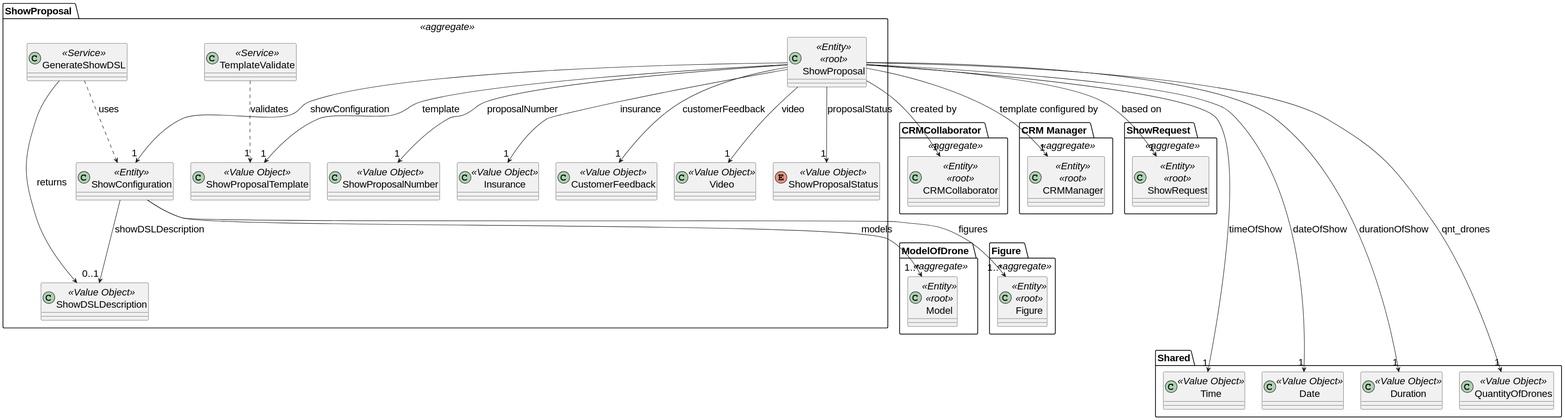
Before: docs/global_artifacts/analysis/images/domain_model_show_proposal.svg, a diagram exported from PlantUML (diogoveirospro/sem4pi-2024-2025-sem4pi_2024_2025_g44).
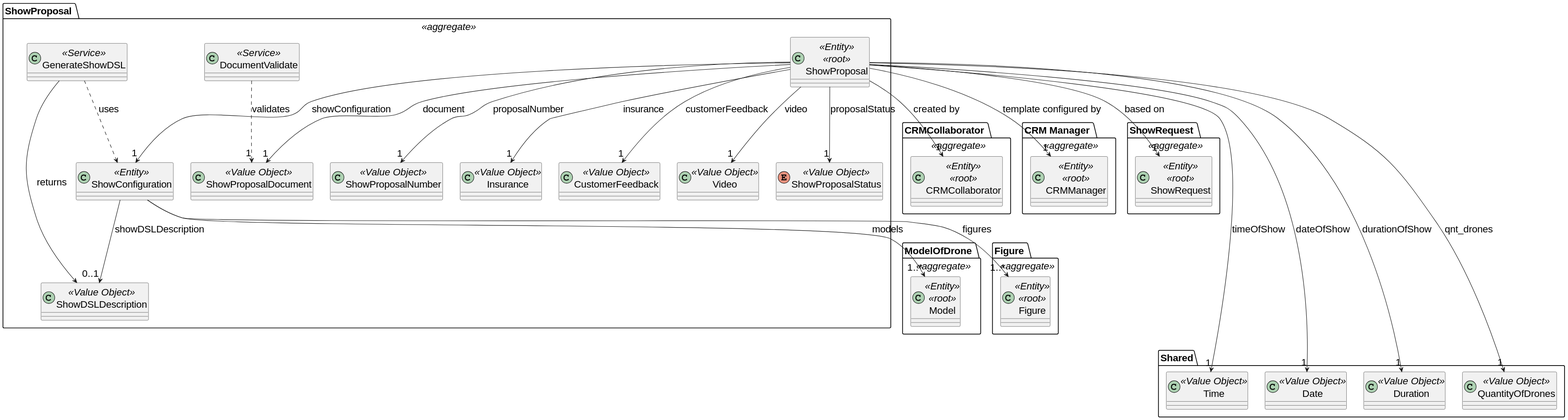
After the commit.

What changed in the source:
```diff
@@ -41,7 +41,7 @@
     class ShowProposal <<Entity>> <<root>>{
     }
 
-    class ShowProposalTemplate <<Value Object>>{
+    class ShowProposalDocument <<Value Object>>{
     }
 
     class ShowProposalNumber <<Value Object>>{
@@ -59,7 +59,7 @@
     class Video <<Value Object>>{
     }
 
-    class TemplateValidate <<Service>> {
+    class DocumentValidate <<Service>> {
     }
 
     class ShowDSLDescription <<Value Object>> {
@@ -73,7 +73,7 @@
     ShowProposal --> "1" CRMManager: template configured by
     ShowProposal --> "1" ShowRequest: based on
     ShowProposal --> "1" ShowProposalStatus: proposalStatus
-    ShowProposal --> "1" ShowProposalTemplate: template
+    ShowProposal --> "1" ShowProposalDocument: document
     ShowProposal --> "1" ShowProposalNumber: proposalNumber
     ShowProposal --> "1" Insurance: insurance
     ShowProposal --> "1" ShowConfiguration: showConfiguration
@@ -82,7 +82,7 @@
     GenerateShowDSL ..> ShowConfiguration: uses
     GenerateShowDSL --> ShowDSLDescription: returns
 
-    TemplateValidate ..> "1" ShowProposalTemplate: validates
+    DocumentValidate ..> "1" ShowProposalDocument: validates
 
     ShowConfiguration --> "1..*" Model: models
     ShowConfiguration --> "1..*" Figure: figures
```
